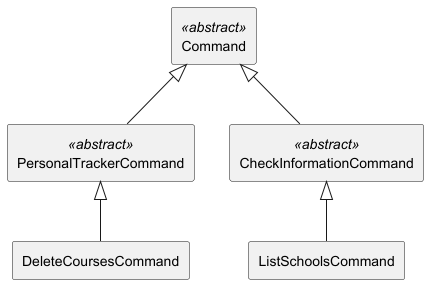
nus-cs2113-AY2425S1/tp keeps this PlantUML diagram as uml-images/MiniCommandClass.png. Above is the earlier version.
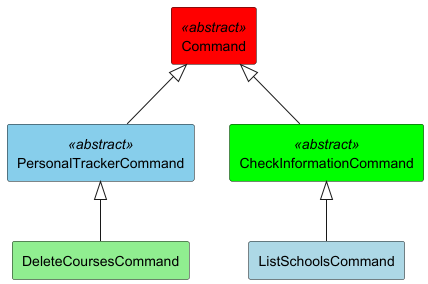
The same file after the commit.

What changed in the source:
```diff
@@ -2,11 +2,11 @@
 
 skinparam componentStyle rectangle
 
-component PersonalTrackerCommand <<abstract>>
-component CheckInformationCommand <<abstract>>
-component ListSchoolsCommand
-component DeleteCoursesCommand
-component Command <<abstract>>
+component PersonalTrackerCommand <<abstract>> #skyblue
+component CheckInformationCommand <<abstract>> #lime
+component ListSchoolsCommand #lightblue
+component DeleteCoursesCommand #lightgreen
+component Command <<abstract>> #red
 
 PersonalTrackerCommand -up-|> Command
 CheckInformationCommand -up-|> Command
```
